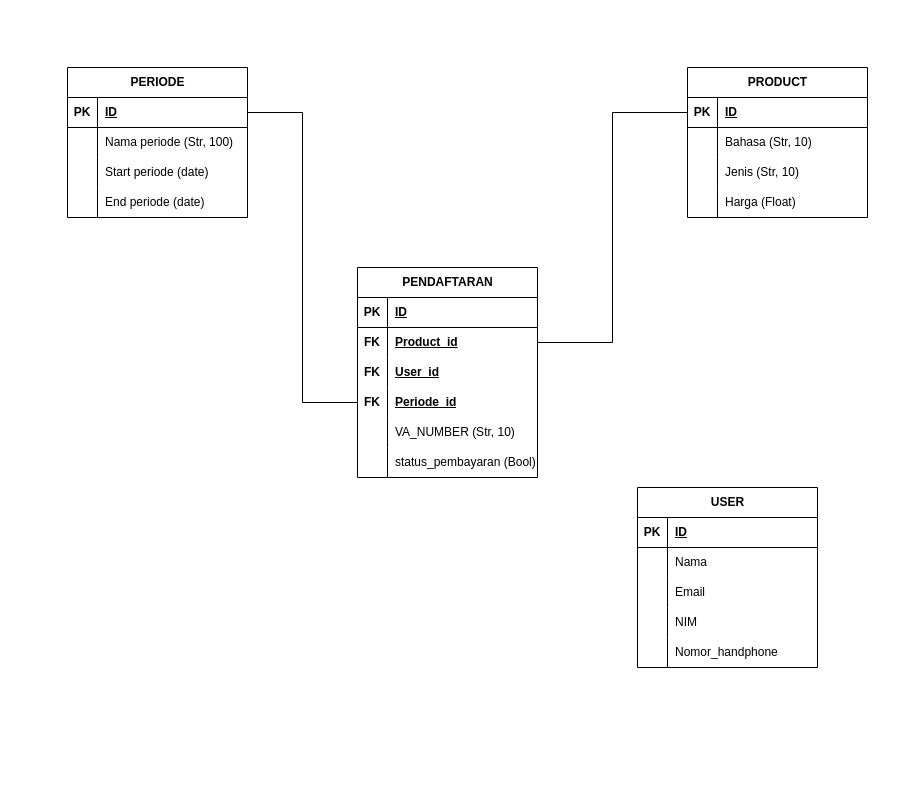
The draw.io diagram public/assets/document/TOEFL.drawio in muhamadijlal/TOEFL-UBPKarawang, before the edit. Source tidied: cells renumbered, new cells numbered last; positions are measured from the earlier drawing's top-left corner, leaving out a move shared by most shapes. Both pictures are drawn from the tidied source at 100%, with x=0, y=0 at pixel (67, 67).
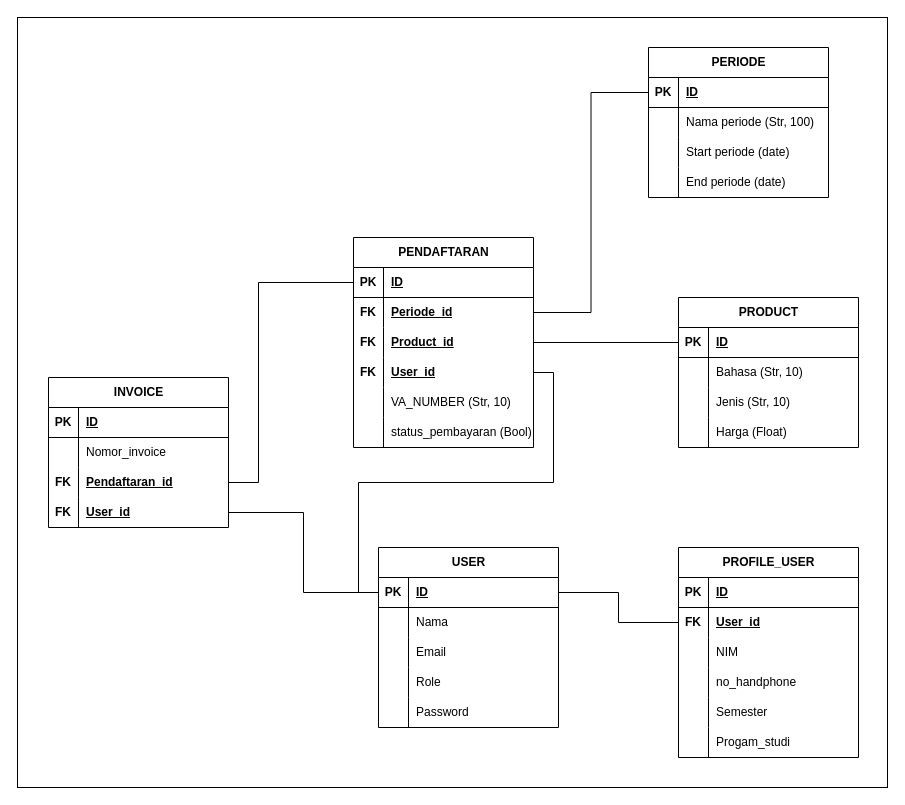
Above is the later version.

Commit message (it also covers changes not shown here):
renew ERD

The change refers to these unchanged cells:
```xml
<mxCell id="3" style="shape=tableRow;horizontal=0;startSize=0;swimlaneHead=0;swimlaneBody=0;fillColor=none;points=[[0,0.5],[1,0.5]];portConstraint=eastwest;top=0;left=0;right=0;bottom=1;" parent="2" vertex="1">
  <mxGeometry y="30" width="180" height="30" as="geometry" />
</mxCell>
<mxCell id="22" style="shape=tableRow;horizontal=0;startSize=0;swimlaneHead=0;swimlaneBody=0;fillColor=none;points=[[0,0.5],[1,0.5]];portConstraint=eastwest;top=0;left=0;right=0;bottom=1;" parent="21" vertex="1">
  <mxGeometry y="30" width="180" height="30" as="geometry" />
</mxCell>
<mxCell id="35" style="shape=tableRow;horizontal=0;startSize=0;swimlaneHead=0;swimlaneBody=0;fillColor=none;points=[[0,0.5],[1,0.5]];portConstraint=eastwest;top=0;left=0;right=0;bottom=1;" parent="34" vertex="1">
  <mxGeometry y="30" width="180" height="30" as="geometry" />
</mxCell>
<mxCell id="50" style="shape=tableRow;horizontal=0;startSize=0;swimlaneHead=0;swimlaneBody=0;fillColor=none;points=[[0,0.5],[1,0.5]];portConstraint=eastwest;top=0;left=0;right=0;bottom=1;" parent="49" vertex="1">
  <mxGeometry y="30" width="180" height="30" as="geometry" />
</mxCell>
<mxCell id="59" style="shape=tableRow;horizontal=0;startSize=0;swimlaneHead=0;swimlaneBody=0;fillColor=none;top=0;left=0;right=0;bottom=0;" parent="49" vertex="1">
  <mxGeometry y="120" width="180" height="30" as="geometry" />
</mxCell>
<mxCell id="62" style="shape=tableRow;horizontal=0;startSize=0;swimlaneHead=0;swimlaneBody=0;fillColor=none;top=0;left=0;right=0;bottom=0;" parent="49" vertex="1">
  <mxGeometry y="150" width="180" height="30" as="geometry" />
</mxCell>
```

What changed in the source:
```diff
@@
+    <mxCell id="65" style="rounded=0;whiteSpace=wrap;html=1;" parent="1" vertex="1">
+      <mxGeometry x="-50" y="-50" width="870" height="770" as="geometry" />
+    </mxCell>
     <mxCell id="2" value="PENDAFTARAN" style="shape=table;startSize=30;childLayout=tableLayout;rowLines=0;fontStyle=1;align=center;html=1;" parent="1" vertex="1">
-      <mxGeometry x="290" y="200" width="180" height="210" as="geometry" />
+      <mxGeometry x="286" y="170" width="180" height="210" as="geometry" />
     </mxCell>
@@
+    <mxCell id="12" style="shape=tableRow;horizontal=0;startSize=0;swimlaneHead=0;swimlaneBody=0;fillColor=none;points=[[0,0.5],[1,0.5]];portConstraint=eastwest;top=0;left=0;right=0;bottom=0;" parent="2" vertex="1">
+      <mxGeometry y="60" width="180" height="30" as="geometry" />
+    </mxCell>
+    <mxCell id="13" value="&lt;b&gt;FK&lt;/b&gt;" style="shape=partialRectangle;fillColor=none;top=0;left=0;bottom=0;right=0;overflow=hidden;whiteSpace=wrap;html=1;" parent="12" vertex="1">
+      <mxGeometry width="30" height="30" as="geometry" />
+    </mxCell>
+    <mxCell id="14" value="&lt;b&gt;&lt;u&gt;Periode_id&lt;/u&gt;&lt;/b&gt;" style="shape=partialRectangle;fillColor=none;top=0;left=0;bottom=0;right=0;align=left;spacingLeft=6;overflow=hidden;whiteSpace=wrap;html=1;" parent="12" vertex="1">
+      <mxGeometry x="30" width="150" height="30" as="geometry" />
+    </mxCell>
     <mxCell id="6" style="shape=tableRow;horizontal=0;startSize=0;swimlaneHead=0;swimlaneBody=0;fillColor=none;points=[[0,0.5],[1,0.5]];portConstraint=eastwest;top=0;left=0;right=0;bottom=0;" parent="2" vertex="1">
-      <mxGeometry y="60" width="180" height="30" as="geometry" />
+      <mxGeometry y="90" width="180" height="30" as="geometry" />
     </mxCell>
@@
     <mxCell id="9" style="shape=tableRow;horizontal=0;startSize=0;swimlaneHead=0;swimlaneBody=0;fillColor=none;points=[[0,0.5],[1,0.5]];portConstraint=eastwest;top=0;left=0;right=0;bottom=0;" parent="2" vertex="1">
-      <mxGeometry y="90" width="180" height="30" as="geometry" />
+      <mxGeometry y="120" width="180" height="30" as="geometry" />
     </mxCell>
@@
-    <mxCell id="12" style="shape=tableRow;horizontal=0;startSize=0;swimlaneHead=0;swimlaneBody=0;fillColor=none;points=[[0,0.5],[1,0.5]];portConstraint=eastwest;top=0;left=0;right=0;bottom=0;" parent="2" vertex="1">
-      <mxGeometry y="120" width="180" height="30" as="geometry" />
-    </mxCell>
-    <mxCell id="13" value="&lt;b&gt;FK&lt;/b&gt;" style="shape=partialRectangle;fillColor=none;top=0;left=0;bottom=0;right=0;overflow=hidden;whiteSpace=wrap;html=1;" parent="12" vertex="1">
-      <mxGeometry width="30" height="30" as="geometry" />
-    </mxCell>
-    <mxCell id="14" value="&lt;b&gt;&lt;u&gt;Periode_id&lt;/u&gt;&lt;/b&gt;" style="shape=partialRectangle;fillColor=none;top=0;left=0;bottom=0;right=0;align=left;spacingLeft=6;overflow=hidden;whiteSpace=wrap;html=1;" parent="12" vertex="1">
-      <mxGeometry x="30" width="150" height="30" as="geometry" />
-    </mxCell>
@@
     <mxCell id="21" value="PRODUCT" style="shape=table;startSize=30;childLayout=tableLayout;rowLines=0;fontStyle=1;align=center;html=1;" parent="1" vertex="1">
-      <mxGeometry x="620" width="180" height="150" as="geometry" />
+      <mxGeometry x="611" y="230" width="180" height="150" as="geometry" />
     </mxCell>
@@
     <mxCell id="34" value="PERIODE" style="shape=table;startSize=30;childLayout=tableLayout;rowLines=0;fontStyle=1;align=center;html=1;" parent="1" vertex="1">
-      <mxGeometry width="180" height="150" as="geometry" />
+      <mxGeometry x="581" y="-20" width="180" height="150" as="geometry" />
     </mxCell>
@@
-    <mxCell id="47" style="edgeStyle=orthogonalEdgeStyle;rounded=0;jettySize=auto;html=1;entryX=1;entryY=0.5;entryDx=0;entryDy=0;endArrow=none;endFill=0;" parent="1" edge="1" source="12" target="35">
-      <mxGeometry relative="1" as="geometry" />
-    </mxCell>
-    <mxCell id="48" style="edgeStyle=orthogonalEdgeStyle;rounded=0;jettySize=auto;html=1;entryX=0;entryY=0.5;entryDx=0;entryDy=0;endArrow=none;endFill=0;" parent="1" edge="1" source="6" target="22">
-      <mxGeometry relative="1" as="geometry" />
-    </mxCell>
     <mxCell id="49" value="USER" style="shape=table;startSize=30;childLayout=tableLayout;rowLines=0;fontStyle=1;align=center;html=1;" parent="1" vertex="1">
-      <mxGeometry x="570" y="420" width="180" height="180" as="geometry" />
+      <mxGeometry x="311" y="480" width="180" height="180" as="geometry" />
     </mxCell>
@@
-    <mxCell id="61" value="NIM" style="shape=partialRectangle;fillColor=none;top=0;left=0;bottom=0;right=0;align=left;spacingLeft=6;overflow=hidden;whiteSpace=wrap;html=1;" parent="59" vertex="1">
+    <mxCell id="61" value="Role" style="shape=partialRectangle;fillColor=none;top=0;left=0;bottom=0;right=0;align=left;spacingLeft=6;overflow=hidden;whiteSpace=wrap;html=1;" parent="59" vertex="1">
       <mxGeometry x="30" width="150" height="30" as="geometry" />
     </mxCell>
@@
-    <mxCell id="64" value="Nomor_handphone" style="shape=partialRectangle;fillColor=none;top=0;left=0;bottom=0;right=0;align=left;spacingLeft=6;overflow=hidden;whiteSpace=wrap;html=1;" parent="62" vertex="1">
+    <mxCell id="64" value="Password" style="shape=partialRectangle;fillColor=none;top=0;left=0;bottom=0;right=0;align=left;spacingLeft=6;overflow=hidden;whiteSpace=wrap;html=1;" parent="62" vertex="1">
       <mxGeometry x="30" width="150" height="30" as="geometry" />
     </mxCell>
+    <mxCell id="66" value="PROFILE_USER" style="shape=table;startSize=30;childLayout=tableLayout;rowLines=0;fontStyle=1;align=center;html=1;" parent="1" vertex="1">
+      <mxGeometry x="611" y="480" width="180" height="210" as="geometry" />
+    </mxCell>
+    <mxCell id="67" style="shape=tableRow;horizontal=0;startSize=0;swimlaneHead=0;swimlaneBody=0;fillColor=none;top=0;left=0;right=0;bottom=1;" parent="66" vertex="1">
+      <mxGeometry y="30" width="180" height="30" as="geometry" />
+    </mxCell>
+    <mxCell id="68" value="PK" style="shape=partialRectangle;fillColor=none;top=0;left=0;bottom=0;right=0;fontStyle=1;overflow=hidden;whiteSpace=wrap;html=1;" parent="67" vertex="1">
+      <mxGeometry width="30" height="30" as="geometry" />
+    </mxCell>
+    <mxCell id="69" value="ID" style="shape=partialRectangle;fillColor=none;top=0;left=0;bottom=0;right=0;align=left;spacingLeft=6;fontStyle=5;overflow=hidden;whiteSpace=wrap;html=1;" parent="67" vertex="1">
+      <mxGeometry x="30" width="150" height="30" as="geometry" />
+    </mxCell>
+    <mxCell id="70" style="shape=tableRow;horizontal=0;startSize=0;swimlaneHead=0;swimlaneBody=0;fillColor=none;points=[[0,0.5],[1,0.5]];portConstraint=eastwest;top=0;left=0;right=0;bottom=0;" parent="66" vertex="1">
+      <mxGeometry y="60" width="180" height="30" as="geometry" />
+    </mxCell>
+    <mxCell id="71" value="&lt;b&gt;FK&lt;/b&gt;" style="shape=partialRectangle;fillColor=none;top=0;left=0;bottom=0;right=0;overflow=hidden;whiteSpace=wrap;html=1;" parent="70" vertex="1">
+      <mxGeometry width="30" height="30" as="geometry" />
+    </mxCell>
+    <mxCell id="72" value="&lt;b&gt;&lt;u&gt;User_id&lt;/u&gt;&lt;/b&gt;" style="shape=partialRectangle;fillColor=none;top=0;left=0;bottom=0;right=0;align=left;spacingLeft=6;overflow=hidden;whiteSpace=wrap;html=1;" parent="70" vertex="1">
+      <mxGeometry x="30" width="150" height="30" as="geometry" />
+    </mxCell>
+    <mxCell id="73" style="shape=tableRow;horizontal=0;startSize=0;swimlaneHead=0;swimlaneBody=0;fillColor=none;top=0;left=0;right=0;bottom=0;" parent="66" vertex="1">
+      <mxGeometry y="90" width="180" height="30" as="geometry" />
+    </mxCell>
+    <mxCell id="74" style="shape=partialRectangle;fillColor=none;top=0;left=0;bottom=0;right=0;overflow=hidden;whiteSpace=wrap;html=1;" parent="73" vertex="1">
+      <mxGeometry width="30" height="30" as="geometry" />
+    </mxCell>
+    <mxCell id="75" value="NIM" style="shape=partialRectangle;fillColor=none;top=0;left=0;bottom=0;right=0;align=left;spacingLeft=6;overflow=hidden;whiteSpace=wrap;html=1;" parent="73" vertex="1">
+      <mxGeometry x="30" width="150" height="30" as="geometry" />
+    </mxCell>
+    <mxCell id="76" style="shape=tableRow;horizontal=0;startSize=0;swimlaneHead=0;swimlaneBody=0;fillColor=none;top=0;left=0;right=0;bottom=0;" parent="66" vertex="1">
+      <mxGeometry y="120" width="180" height="30" as="geometry" />
+    </mxCell>
+    <mxCell id="77" style="shape=partialRectangle;fillColor=none;top=0;left=0;bottom=0;right=0;overflow=hidden;whiteSpace=wrap;html=1;" parent="76" vertex="1">
+      <mxGeometry width="30" height="30" as="geometry" />
+    </mxCell>
+    <mxCell id="78" value="no_handphone" style="shape=partialRectangle;fillColor=none;top=0;left=0;bottom=0;right=0;align=left;spacingLeft=6;overflow=hidden;whiteSpace=wrap;html=1;" parent="76" vertex="1">
+      <mxGeometry x="30" width="150" height="30" as="geometry" />
+    </mxCell>
+    <mxCell id="79" style="shape=tableRow;horizontal=0;startSize=0;swimlaneHead=0;swimlaneBody=0;fillColor=none;top=0;left=0;right=0;bottom=0;" parent="66" vertex="1">
+      <mxGeometry y="150" width="180" height="30" as="geometry" />
+    </mxCell>
+    <mxCell id="80" style="shape=partialRectangle;fillColor=none;top=0;left=0;bottom=0;right=0;overflow=hidden;whiteSpace=wrap;html=1;" parent="79" vertex="1">
+      <mxGeometry width="30" height="30" as="geometry" />
+    </mxCell>
+    <mxCell id="81" value="Semester" style="shape=partialRectangle;fillColor=none;top=0;left=0;bottom=0;right=0;align=left;spacingLeft=6;overflow=hidden;whiteSpace=wrap;html=1;" parent="79" vertex="1">
+      <mxGeometry x="30" width="150" height="30" as="geometry" />
+    </mxCell>
+    <mxCell id="82" style="shape=tableRow;horizontal=0;startSize=0;swimlaneHead=0;swimlaneBody=0;fillColor=none;top=0;left=0;right=0;bottom=0;" parent="66" vertex="1">
+      <mxGeometry y="180" width="180" height="30" as="geometry" />
+    </mxCell>
+    <mxCell id="83" style="shape=partialRectangle;fillColor=none;top=0;left=0;bottom=0;right=0;overflow=hidden;whiteSpace=wrap;html=1;" parent="82" vertex="1">
+      <mxGeometry width="30" height="30" as="geometry" />
+    </mxCell>
+    <mxCell id="84" value="Progam_studi" style="shape=partialRectangle;fillColor=none;top=0;left=0;bottom=0;right=0;align=left;spacingLeft=6;overflow=hidden;whiteSpace=wrap;html=1;" parent="82" vertex="1">
+      <mxGeometry x="30" width="150" height="30" as="geometry" />
+    </mxCell>
+    <mxCell id="85" style="edgeStyle=orthogonalEdgeStyle;rounded=0;jettySize=auto;html=1;exitX=0;exitY=0.5;exitDx=0;exitDy=0;entryX=1;entryY=0.5;entryDx=0;entryDy=0;endArrow=none;endFill=0;" parent="1" edge="1" source="22" target="6">
+      <mxGeometry relative="1" as="geometry" />
+    </mxCell>
+    <mxCell id="86" style="edgeStyle=orthogonalEdgeStyle;rounded=0;jettySize=auto;html=1;exitX=1;exitY=0.5;exitDx=0;exitDy=0;entryX=0;entryY=0.5;entryDx=0;entryDy=0;endArrow=none;endFill=0;" parent="1" edge="1" source="9" target="50">
+      <mxGeometry relative="1" as="geometry" />
+    </mxCell>
+    <mxCell id="87" style="edgeStyle=orthogonalEdgeStyle;rounded=0;jettySize=auto;html=1;exitX=0;exitY=0.5;exitDx=0;exitDy=0;entryX=1;entryY=0.5;entryDx=0;entryDy=0;endArrow=none;endFill=0;" parent="1" edge="1" source="70" target="50">
+      <mxGeometry relative="1" as="geometry" />
+    </mxCell>
+    <mxCell id="88" value="INVOICE" style="shape=table;startSize=30;childLayout=tableLayout;rowLines=0;fontStyle=1;align=center;html=1;" parent="1" vertex="1">
+      <mxGeometry x="-19" y="310" width="180" height="150" as="geometry" />
+    </mxCell>
+    <mxCell id="89" style="shape=tableRow;horizontal=0;startSize=0;swimlaneHead=0;swimlaneBody=0;fillColor=none;top=0;left=0;right=0;bottom=1;" parent="88" vertex="1">
+      <mxGeometry y="30" width="180" height="30" as="geometry" />
+    </mxCell>
+    <mxCell id="90" value="PK" style="shape=partialRectangle;fillColor=none;top=0;left=0;bottom=0;right=0;fontStyle=1;overflow=hidden;whiteSpace=wrap;html=1;" parent="89" vertex="1">
+      <mxGeometry width="30" height="30" as="geometry" />
+    </mxCell>
+    <mxCell id="91" value="ID" style="shape=partialRectangle;fillColor=none;top=0;left=0;bottom=0;right=0;align=left;spacingLeft=6;fontStyle=5;overflow=hidden;whiteSpace=wrap;html=1;" parent="89" vertex="1">
+      <mxGeometry x="30" width="150" height="30" as="geometry" />
+    </mxCell>
+    <mxCell id="92" style="shape=tableRow;horizontal=0;startSize=0;swimlaneHead=0;swimlaneBody=0;fillColor=none;top=0;left=0;right=0;bottom=0;" parent="88" vertex="1">
+      <mxGeometry y="60" width="180" height="30" as="geometry" />
+    </mxCell>
+    <mxCell id="93" style="shape=partialRectangle;fillColor=none;top=0;left=0;bottom=0;right=0;overflow=hidden;whiteSpace=wrap;html=1;" parent="92" vertex="1">
+      <mxGeometry width="30" height="30" as="geometry" />
+    </mxCell>
+    <mxCell id="94" value="Nomor_invoice" style="shape=partialRectangle;fillColor=none;top=0;left=0;bottom=0;right=0;align=left;spacingLeft=6;overflow=hidden;whiteSpace=wrap;html=1;" parent="92" vertex="1">
+      <mxGeometry x="30" width="150" height="30" as="geometry" />
+    </mxCell>
+    <mxCell id="95" style="shape=tableRow;horizontal=0;startSize=0;swimlaneHead=0;swimlaneBody=0;fillColor=none;points=[[0,0.5],[1,0.5]];portConstraint=eastwest;top=0;left=0;right=0;bottom=0;" parent="88" vertex="1">
+      <mxGeometry y="90" width="180" height="30" as="geometry" />
+    </mxCell>
+    <mxCell id="96" value="&lt;b&gt;FK&lt;/b&gt;" style="shape=partialRectangle;fillColor=none;top=0;left=0;bottom=0;right=0;overflow=hidden;whiteSpace=wrap;html=1;" parent="95" vertex="1">
+      <mxGeometry width="30" height="30" as="geometry" />
+    </mxCell>
+    <mxCell id="97" value="&lt;u&gt;&lt;b&gt;Pendaftaran_id&lt;/b&gt;&lt;/u&gt;" style="shape=partialRectangle;fillColor=none;top=0;left=0;bottom=0;right=0;align=left;spacingLeft=6;overflow=hidden;whiteSpace=wrap;html=1;" parent="95" vertex="1">
+      <mxGeometry x="30" width="150" height="30" as="geometry" />
+    </mxCell>
+    <mxCell id="98" style="shape=tableRow;horizontal=0;startSize=0;swimlaneHead=0;swimlaneBody=0;fillColor=none;points=[[0,0.5],[1,0.5]];portConstraint=eastwest;top=0;left=0;right=0;bottom=0;" parent="88" vertex="1">
+      <mxGeometry y="120" width="180" height="30" as="geometry" />
+    </mxCell>
+    <mxCell id="99" value="&lt;b&gt;FK&lt;/b&gt;" style="shape=partialRectangle;fillColor=none;top=0;left=0;bottom=0;right=0;overflow=hidden;whiteSpace=wrap;html=1;" parent="98" vertex="1">
+      <mxGeometry width="30" height="30" as="geometry" />
+    </mxCell>
+    <mxCell id="100" value="&lt;u&gt;&lt;b&gt;User_id&lt;/b&gt;&lt;/u&gt;" style="shape=partialRectangle;fillColor=none;top=0;left=0;bottom=0;right=0;align=left;spacingLeft=6;overflow=hidden;whiteSpace=wrap;html=1;" parent="98" vertex="1">
+      <mxGeometry x="30" width="150" height="30" as="geometry" />
+    </mxCell>
+    <mxCell id="101" style="edgeStyle=orthogonalEdgeStyle;rounded=0;jettySize=auto;html=1;exitX=1;exitY=0.5;exitDx=0;exitDy=0;entryX=0;entryY=0.5;entryDx=0;entryDy=0;endArrow=none;endFill=0;" parent="1" edge="1" source="95" target="3">
+      <mxGeometry relative="1" as="geometry">
+        <Array as="points">
+          <mxPoint x="191" y="415" />
+          <mxPoint x="191" y="215" />
+        </Array>
+      </mxGeometry>
+    </mxCell>
+    <mxCell id="47" style="edgeStyle=orthogonalEdgeStyle;rounded=0;jettySize=auto;html=1;exitX=1;exitY=0.5;exitDx=0;exitDy=0;entryX=0;entryY=0.5;entryDx=0;entryDy=0;endArrow=none;endFill=0;" parent="1" edge="1" source="12" target="35">
+      <mxGeometry relative="1" as="geometry" />
+    </mxCell>
+    <mxCell id="102" style="edgeStyle=orthogonalEdgeStyle;rounded=0;jettySize=auto;html=1;exitX=1;exitY=0.5;exitDx=0;exitDy=0;entryX=0;entryY=0.5;entryDx=0;entryDy=0;endArrow=none;endFill=0;" parent="1" edge="1" source="98" target="50">
+      <mxGeometry relative="1" as="geometry" />
+    </mxCell>
```
